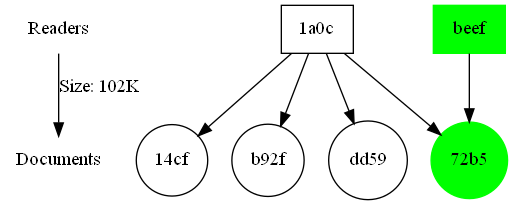
This is graph.png from Danielryan98/DataAnalysisTool, a Graphviz export, as it was before one commit. Its source is kept beside it as graph.dot.
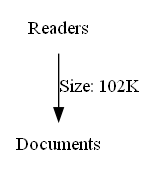
Above is the later version.

Change to the diagram source:
```diff
@@ -2,18 +2,4 @@
 	Readers [label=Readers shape=none]
 	Documents [label=Documents shape=none]
 	Readers -> Documents [label="Size: 102K"]
-	"72b5" [label="72b5" color=green shape=circle style=filled]
-	"1a0c" [label="1a0c" shape=box]
-	"1a0c" -> "72b5"
-	beef [label=beef color=green shape=box style=filled]
-	beef -> "72b5"
-	"14cf" [label="14cf" shape=circle]
-	"1a0c" [label="1a0c" shape=box]
-	"1a0c" -> "14cf"
-	b92f [label=b92f shape=circle]
-	"1a0c" [label="1a0c" shape=box]
-	"1a0c" -> b92f
-	dd59 [label=dd59 shape=circle]
-	"1a0c" [label="1a0c" shape=box]
-	"1a0c" -> dd59
 }
```
